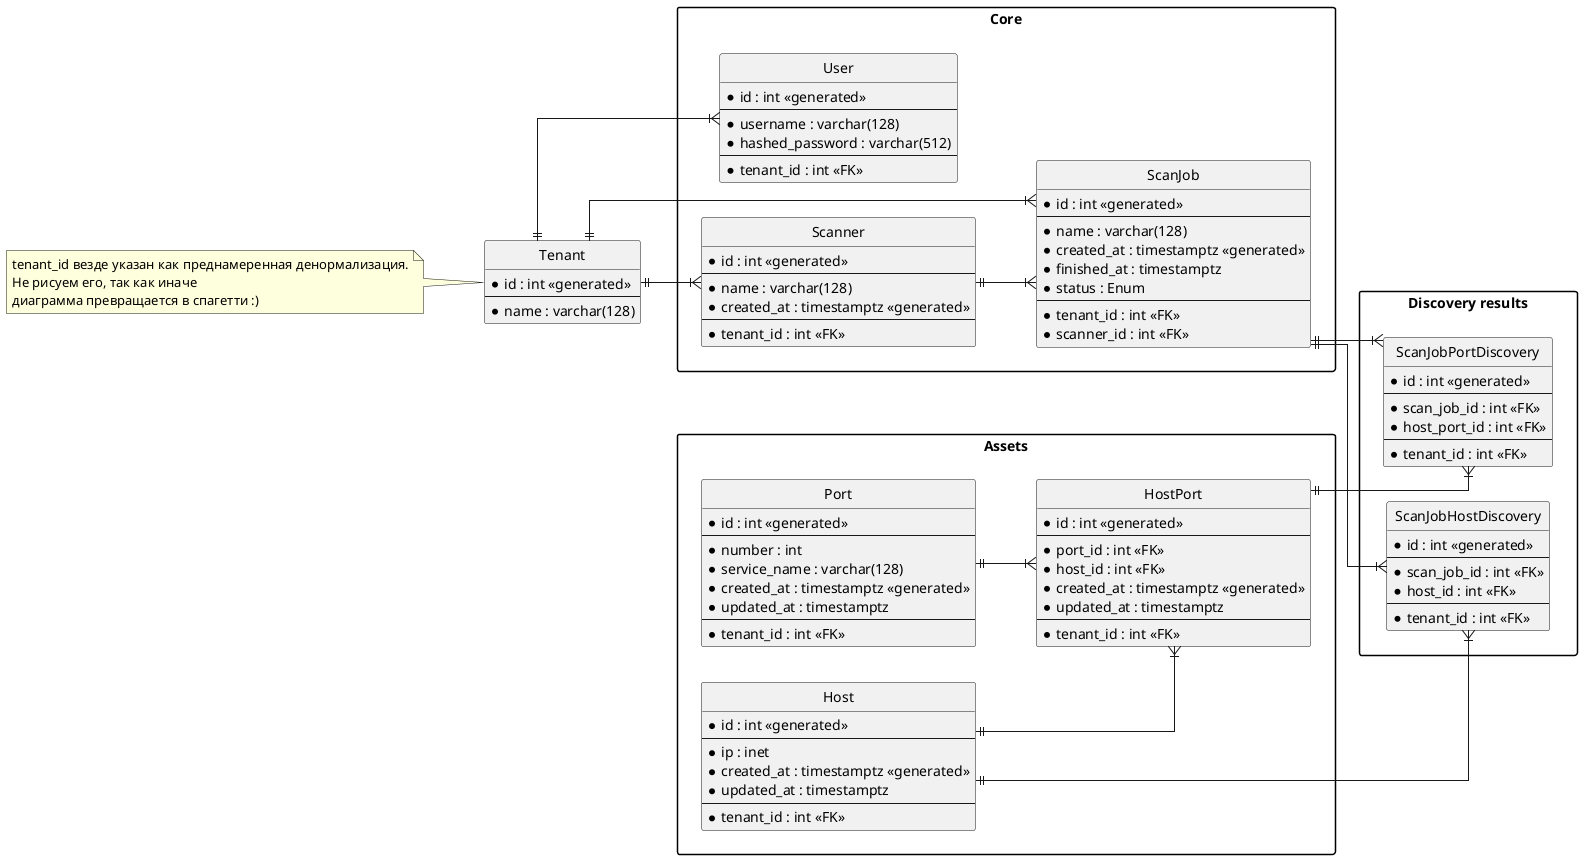
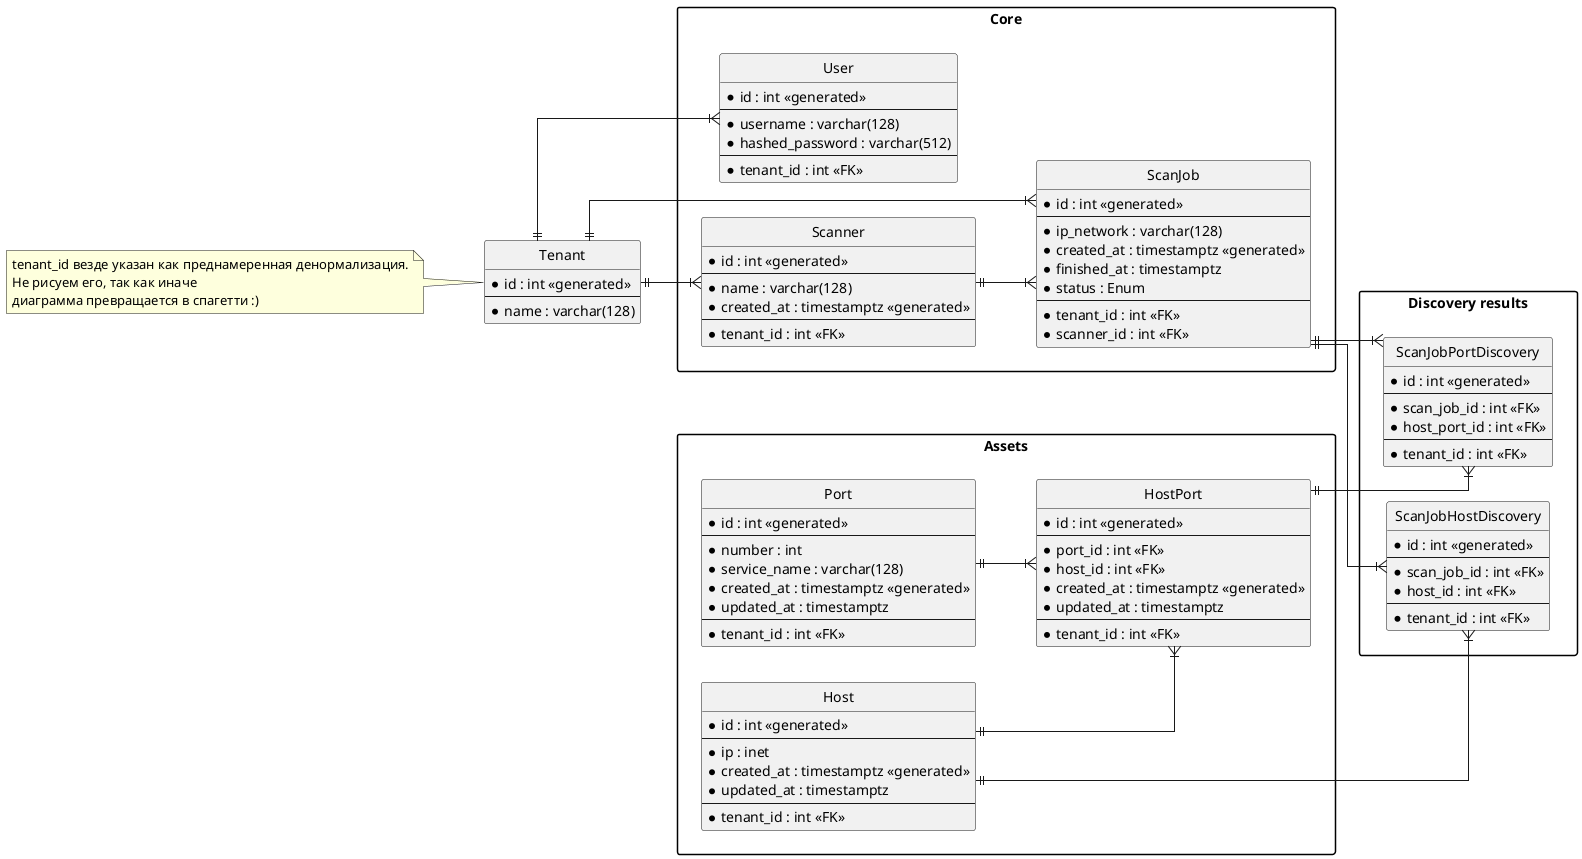
@startuml
left to right direction
skinparam linetype ortho
skinparam packageStyle rectangle
hide circle

note as N1
tenant_id везде указан как преднамеренная денормализация.
Не рисуем его, так как иначе
диаграмма превращается в спагетти :)
end note

entity Tenant {
  * id : int <<generated>>
  --
  * name : varchar(128)
}

package "Core" {
  together {
    entity User {
      * id : int <<generated>>
      --
      * username : varchar(128)
      * hashed_password : varchar(512)
      --
      * tenant_id : int <<FK>>
    }

    entity Scanner {
      * id : int <<generated>>
      --
      * name : varchar(128)
      * created_at : timestamptz <<generated>>
      --
      * tenant_id : int <<FK>>
    }

    entity ScanJob {
      * id : int <<generated>>
      --
-       * name : varchar(128)
+       * ip_network : varchar(128)
      * created_at : timestamptz <<generated>>
      * finished_at : timestamptz
      * status : Enum
      --
      * tenant_id : int <<FK>>
      * scanner_id : int <<FK>>
    }
  }
}

package "Assets" {
  together {
    entity Host {
      * id : int <<generated>>
      --
      * ip : inet
      * created_at : timestamptz <<generated>>
      * updated_at : timestamptz
      --
      * tenant_id : int <<FK>>
    }

    entity HostPort {
      * id : int <<generated>>
      --
      * port_id : int <<FK>>
      * host_id : int <<FK>>
      * created_at : timestamptz <<generated>>
      * updated_at : timestamptz
      --
      * tenant_id : int <<FK>>
    }

    entity Port {
      * id : int <<generated>>
      --
      * number : int
      * service_name : varchar(128)
      * created_at : timestamptz <<generated>>
      * updated_at : timestamptz
      --
      * tenant_id : int <<FK>>
    }
  }
}

package "Discovery results" {
  together {
    entity ScanJobHostDiscovery {
      * id : int <<generated>>
      --
      * scan_job_id : int <<FK>>
      * host_id : int <<FK>>
      --
      * tenant_id : int <<FK>>
    }

    entity ScanJobPortDiscovery {
      * id : int <<generated>>
      --
      * scan_job_id : int <<FK>>
      * host_port_id : int <<FK>>
      --
      * tenant_id : int <<FK>>
    }
  }
}

N1 .. Tenant

Tenant ||--|{ User
Tenant ||--|{ Scanner
Tenant ||--|{ ScanJob

Scanner ||--|{ ScanJob

Host ||--|{ HostPort
Port ||--|{ HostPort

ScanJob ||--|{ ScanJobHostDiscovery
ScanJob ||--|{ ScanJobPortDiscovery

Host ||--|{ ScanJobHostDiscovery
HostPort ||--|{ ScanJobPortDiscovery

- @enduml+ @enduml
